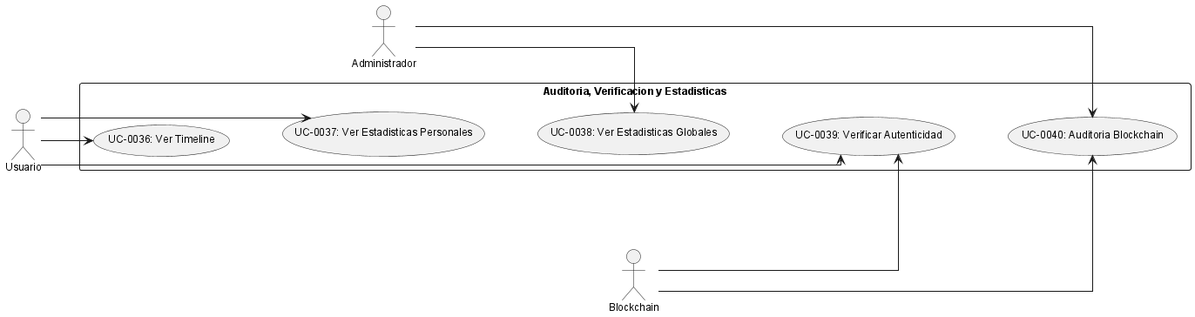
Before: anexos/diagramas/uc_auditoria.png, a diagram exported from PlantUML (ErDeivih/DocumentChain).
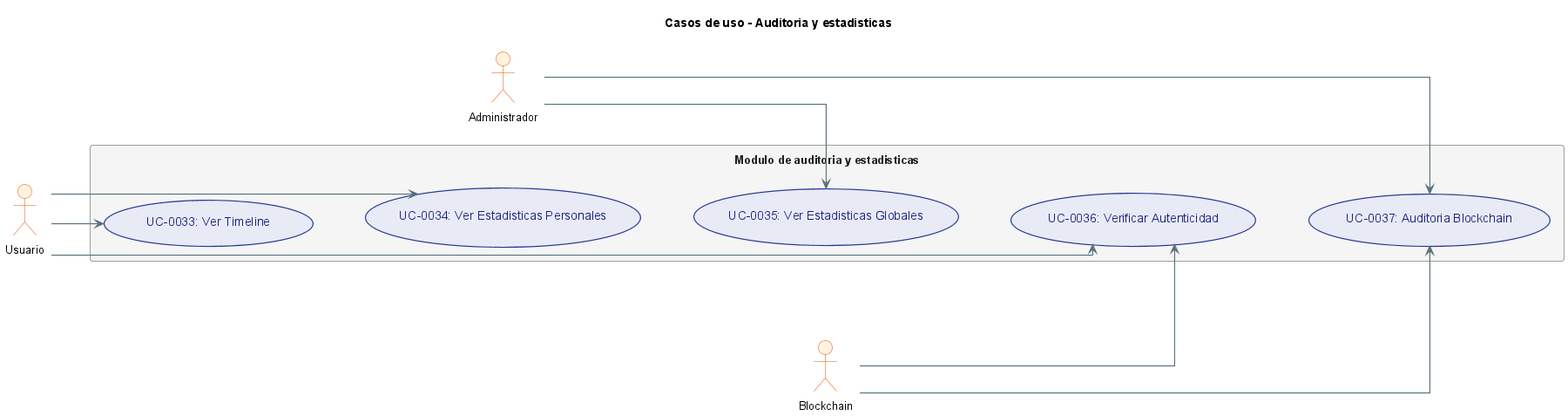
The same file after the commit.

Change to the diagram source:
```diff
@@ -1,30 +1,31 @@
 @startuml
 !include _structure-style.puml
 left to right direction
+title Casos de uso - Auditoria y estadisticas
 
 actor "Usuario" as USER
 actor "Administrador" as ADMIN
 actor "Blockchain" as SC
 
-rectangle "Auditoria, Verificacion y Estadisticas" {
-  usecase "UC-0036: Ver Timeline" as UC44
-  usecase "UC-0037: Ver Estadisticas Personales" as UC45
-  usecase "UC-0038: Ver Estadisticas Globales" as UC46
-  usecase "UC-0039: Verificar Autenticidad" as UC47
-  usecase "UC-0040: Auditoria Blockchain" as UC48
+rectangle "Modulo de auditoria y estadisticas" {
+  usecase "UC-0033: Ver Timeline" as UC33
+  usecase "UC-0034: Ver Estadisticas Personales" as UC34
+  usecase "UC-0035: Ver Estadisticas Globales" as UC35
+  usecase "UC-0036: Verificar Autenticidad" as UC36
+  usecase "UC-0037: Auditoria Blockchain" as UC37
 }
 
-UC44 -[hidden]down-> UC45
-UC45 -[hidden]down-> UC46
-UC46 -[hidden]down-> UC47
-UC47 -[hidden]down-> UC48
+UC33 -[hidden]down-> UC34
+UC34 -[hidden]down-> UC35
+UC35 -[hidden]down-> UC36
+UC36 -[hidden]down-> UC37
 
-USER --> UC44
-USER --> UC45
-USER --> UC47
-ADMIN --> UC46
-ADMIN --> UC48
+USER --> UC33
+USER --> UC34
+USER --> UC36
+ADMIN --> UC35
+ADMIN --> UC37
 
-SC --> UC47
-SC --> UC48
+SC --> UC36
+SC --> UC37
 @enduml
```
